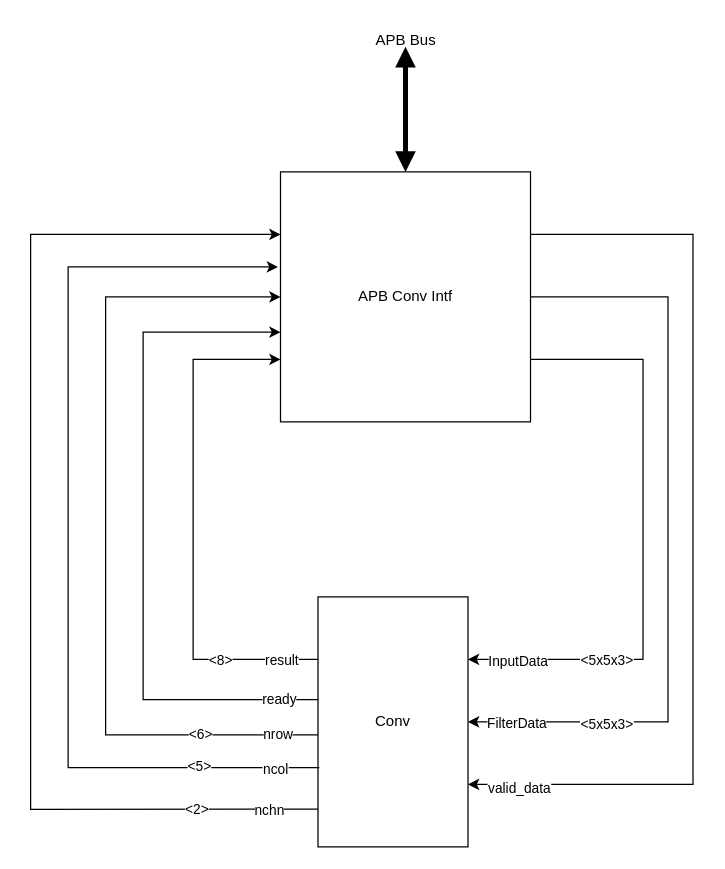
Before: page "APB Convolution Sytem Arch" (5 of 5) of Diagrams.drawio in thevenus/etin35-pulpino, a draw.io diagram. Source tidied: cells renumbered, new cells numbered last; positions are measured from the earlier drawing's top-left corner, leaving out a move shared by most shapes. Both pictures are drawn from the tidied source at 125%, with x=0, y=0 at pixel (30, 21).
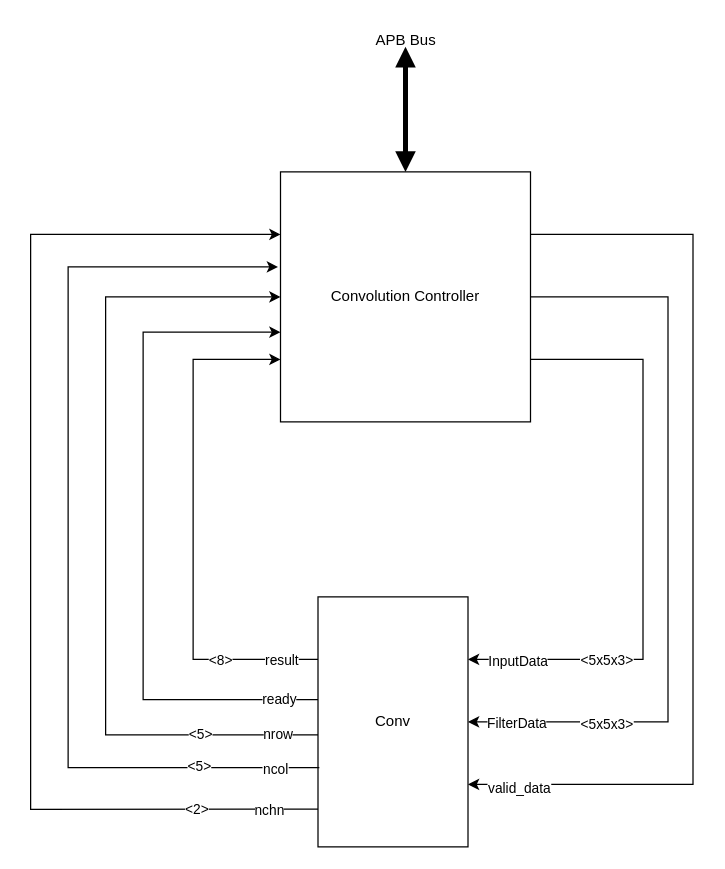
After the change.

Unchanged cells that the change refers to:
```xml
<mxCell id="14" style="edgeStyle=orthogonalEdgeStyle;rounded=0;jettySize=auto;html=1;exitX=0.003;exitY=0.552;exitDx=0;exitDy=0;entryX=0;entryY=0.5;entryDx=0;entryDy=0;exitPerimeter=0;" parent="1" edge="1" source="20" target="8">
  <mxGeometry relative="1" as="geometry">
    <Array as="points">
      <mxPoint x="60" y="570" />
      <mxPoint x="60" y="220" />
    </Array>
  </mxGeometry>
</mxCell>
```

What changed in the source:
```diff
@@
-    <mxCell id="8" value="APB Conv Intf" style="whiteSpace=wrap;html=1;" parent="1" vertex="1">
+    <mxCell id="8" value="Convolution Controller" style="whiteSpace=wrap;html=1;" parent="1" vertex="1">
       <mxGeometry x="199.9" y="120" width="200" height="200" as="geometry" />
     </mxCell>
@@
-    <mxCell id="16" value="&amp;lt;6&amp;gt;" style="edgeLabel;html=1;align=center;verticalAlign=middle;" parent="14" vertex="1">
+    <mxCell id="16" value="&amp;lt;5&amp;gt;" style="edgeLabel;html=1;align=center;verticalAlign=middle;" parent="14" vertex="1">
       <mxGeometry x="-0.71" y="-3" relative="1" as="geometry">
         <mxPoint x="1" y="2" as="offset" />
       </mxGeometry>
     </mxCell>
```
